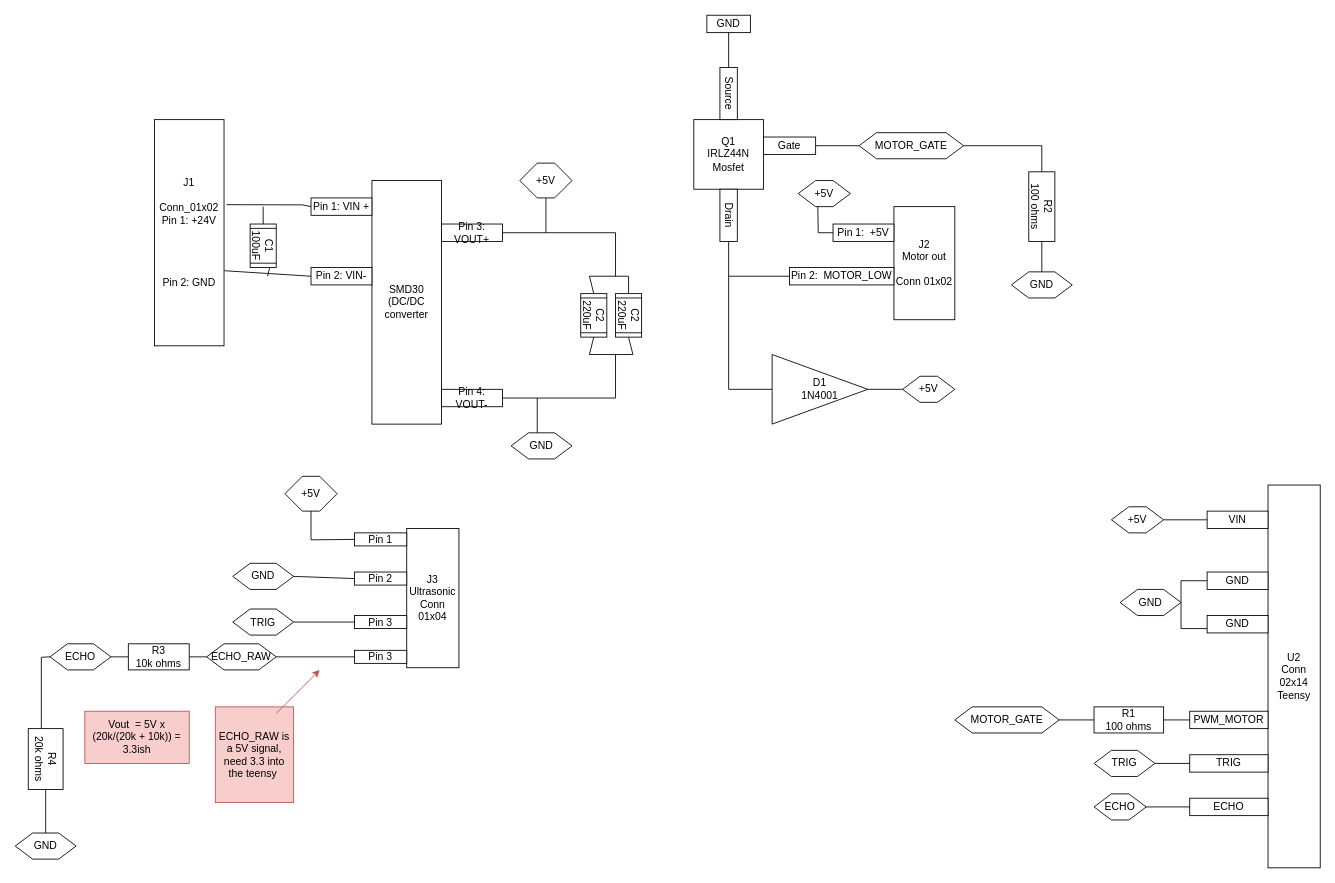
RafCosta10/TB-ELEC keeps this draw.io diagram as hardware/kicad/Tentative_Circuit.drawio. Above is the earlier version. Source tidied: cells renumbered, new cells numbered last; positions are measured from the earlier drawing's top-left corner, leaving out a move shared by most shapes. Both pictures are drawn from the tidied source at 87%, with x=0, y=0 at pixel (15, 15).
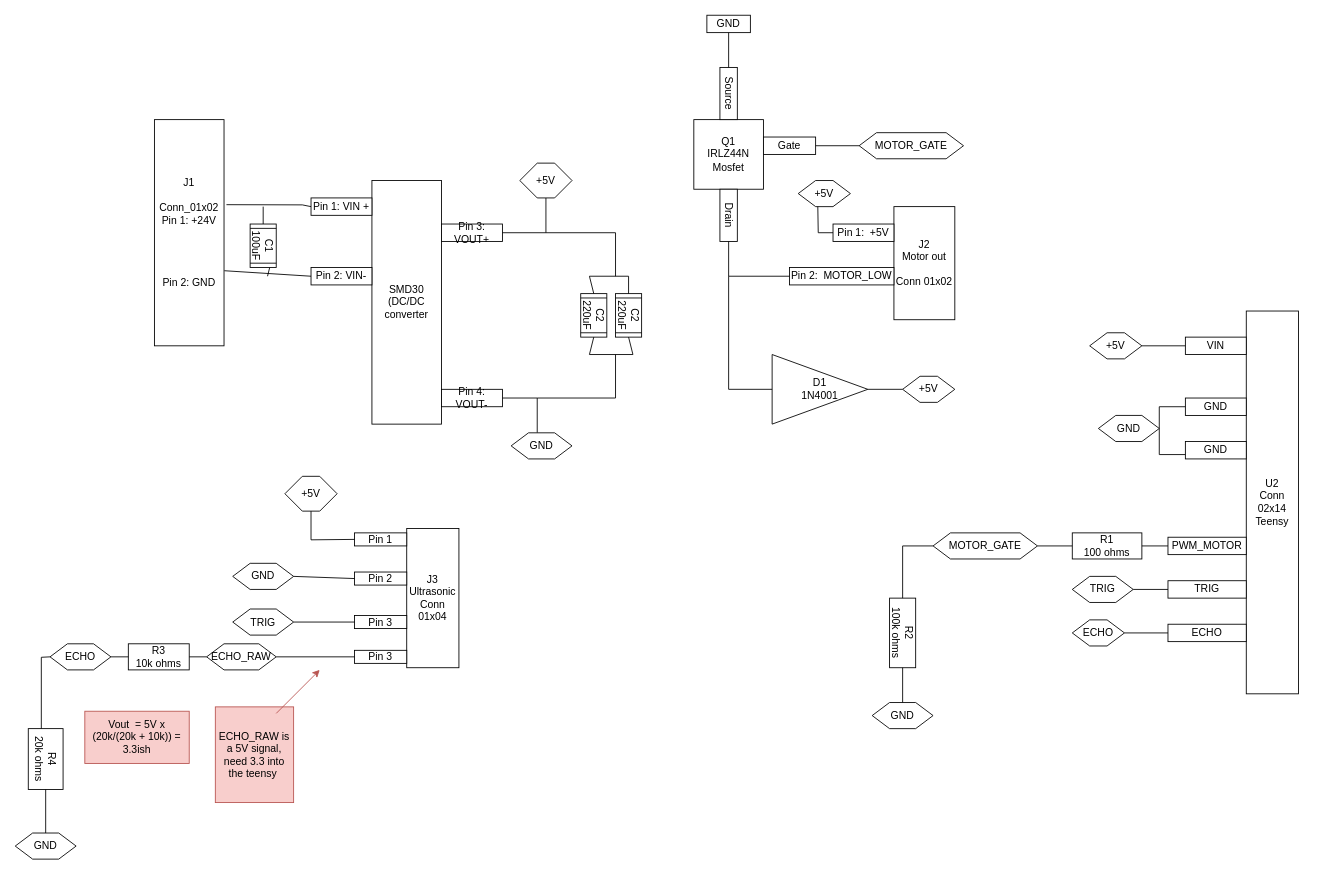
After the change.

Unchanged cells that the change refers to:
```xml
<mxCell id="35" value="MOTOR_GATE" style="shape=hexagon;perimeter=hexagonPerimeter2;whiteSpace=wrap;html=1;fixedSize=1;" parent="1" vertex="1">
  <mxGeometry x="970" y="135" width="120" height="30" as="geometry" />
</mxCell>
```

Change to the diagram source:
```diff
@@
     <mxCell id="40" value="&lt;div&gt;U2&lt;/div&gt;Conn 02x14&lt;div&gt;Teensy&lt;/div&gt;" style="rounded=0;whiteSpace=wrap;html=1;" parent="1" vertex="1">
-      <mxGeometry x="1440" y="540" width="60" height="440" as="geometry" />
+      <mxGeometry x="1415" y="340" width="60" height="440" as="geometry" />
     </mxCell>
     <mxCell id="41" value="VIN" style="rounded=0;whiteSpace=wrap;html=1;" parent="1" vertex="1">
-      <mxGeometry x="1370" y="570" width="70" height="20" as="geometry" />
+      <mxGeometry x="1345" y="370" width="70" height="20" as="geometry" />
     </mxCell>
     <mxCell id="42" value="GND" style="rounded=0;whiteSpace=wrap;html=1;" parent="1" vertex="1">
-      <mxGeometry x="1370" y="640" width="70" height="20" as="geometry" />
+      <mxGeometry x="1345" y="440" width="70" height="20" as="geometry" />
     </mxCell>
     <mxCell id="43" value="+5V" style="shape=hexagon;perimeter=hexagonPerimeter2;whiteSpace=wrap;html=1;fixedSize=1;" parent="1" vertex="1">
-      <mxGeometry x="1260" y="565" width="60" height="30" as="geometry" />
+      <mxGeometry x="1235" y="365" width="60" height="30" as="geometry" />
     </mxCell>
@@
     <mxCell id="45" value="GND" style="rounded=0;whiteSpace=wrap;html=1;" parent="1" vertex="1">
-      <mxGeometry x="1370" y="690" width="70" height="20" as="geometry" />
+      <mxGeometry x="1345" y="490" width="70" height="20" as="geometry" />
     </mxCell>
     <mxCell id="46" value="PWM_MOTOR" style="rounded=0;whiteSpace=wrap;html=1;" parent="1" vertex="1">
-      <mxGeometry x="1350" y="800" width="90" height="20" as="geometry" />
+      <mxGeometry x="1325" y="600" width="90" height="20" as="geometry" />
     </mxCell>
     <mxCell id="47" value="TRIG" style="rounded=0;whiteSpace=wrap;html=1;" parent="1" vertex="1">
-      <mxGeometry x="1350" y="850" width="90" height="20" as="geometry" />
+      <mxGeometry x="1325" y="650" width="90" height="20" as="geometry" />
     </mxCell>
     <mxCell id="48" value="ECHO" style="rounded=0;whiteSpace=wrap;html=1;" parent="1" vertex="1">
-      <mxGeometry x="1350" y="900" width="90" height="20" as="geometry" />
+      <mxGeometry x="1325" y="700" width="90" height="20" as="geometry" />
     </mxCell>
     <mxCell id="49" value="TRIG" style="shape=hexagon;perimeter=hexagonPerimeter2;whiteSpace=wrap;html=1;fixedSize=1;" parent="1" vertex="1">
-      <mxGeometry x="1240" y="845" width="70" height="30" as="geometry" />
+      <mxGeometry x="1215" y="645" width="70" height="30" as="geometry" />
     </mxCell>
     <mxCell id="50" value="ECHO" style="shape=hexagon;perimeter=hexagonPerimeter2;whiteSpace=wrap;html=1;fixedSize=1;" parent="1" vertex="1">
-      <mxGeometry x="1240" y="895" width="60" height="30" as="geometry" />
+      <mxGeometry x="1215" y="695" width="60" height="30" as="geometry" />
     </mxCell>
@@
     <mxCell id="53" style="endArrow=none;html=1;rounded=0;entryX=0;entryY=0.5;entryDx=0;entryDy=0;exitX=0;exitY=0.75;exitDx=0;exitDy=0;" parent="1" edge="1" source="45" target="42">
       <mxGeometry relative="1" as="geometry">
         <Array as="points">
-          <mxPoint x="1340" y="705" />
-          <mxPoint x="1340" y="650" />
+          <mxPoint x="1315" y="505" />
+          <mxPoint x="1315" y="450" />
         </Array>
       </mxGeometry>
     </mxCell>
@@
     <mxCell id="55" value="GND" style="shape=hexagon;perimeter=hexagonPerimeter2;whiteSpace=wrap;html=1;fixedSize=1;" parent="1" vertex="1">
-      <mxGeometry x="1270" y="660" width="70" height="30" as="geometry" />
+      <mxGeometry x="1245" y="460" width="70" height="30" as="geometry" />
     </mxCell>
     <mxCell id="56" value="MOTOR_GATE" style="shape=hexagon;perimeter=hexagonPerimeter2;whiteSpace=wrap;html=1;fixedSize=1;" parent="1" vertex="1">
-      <mxGeometry x="1080" y="795" width="120" height="30" as="geometry" />
+      <mxGeometry x="1055" y="595" width="120" height="30" as="geometry" />
     </mxCell>
     <mxCell id="57" value="R1&lt;div&gt;100 ohms&lt;/div&gt;" style="rounded=0;whiteSpace=wrap;html=1;" parent="1" vertex="1">
-      <mxGeometry x="1240" y="795" width="80" height="30" as="geometry" />
+      <mxGeometry x="1215" y="595" width="80" height="30" as="geometry" />
     </mxCell>
@@
-    <mxCell id="60" value="R2&lt;div&gt;100 ohms&lt;/div&gt;" style="rounded=0;whiteSpace=wrap;html=1;rotation=90;" parent="1" vertex="1">
-      <mxGeometry x="1140" y="205" width="80" height="30" as="geometry" />
+    <mxCell id="60" value="R2&lt;div&gt;100k ohms&lt;/div&gt;" style="rounded=0;whiteSpace=wrap;html=1;rotation=90;" parent="1" vertex="1">
+      <mxGeometry x="980" y="695" width="80" height="30" as="geometry" />
     </mxCell>
     <mxCell id="61" value="GND" style="shape=hexagon;perimeter=hexagonPerimeter2;whiteSpace=wrap;html=1;fixedSize=1;" parent="1" vertex="1">
-      <mxGeometry x="1145" y="295" width="70" height="30" as="geometry" />
+      <mxGeometry x="985" y="790" width="70" height="30" as="geometry" />
     </mxCell>
-    <mxCell id="62" style="endArrow=none;html=1;rounded=0;exitX=0.5;exitY=0;exitDx=0;exitDy=0;entryX=1;entryY=0.5;entryDx=0;entryDy=0;" parent="1" edge="1" source="61" target="60">
-      <mxGeometry relative="1" as="geometry" />
-    </mxCell>
-    <mxCell id="63" style="endArrow=none;html=1;rounded=0;entryX=1;entryY=0.5;entryDx=0;entryDy=0;exitX=0;exitY=0.5;exitDx=0;exitDy=0;" parent="1" edge="1" source="60" target="35">
-      <mxGeometry relative="1" as="geometry">
-        <Array as="points">
-          <mxPoint x="1180" y="150" />
-        </Array>
-      </mxGeometry>
-    </mxCell>
@@
+    <mxCell id="88" style="endArrow=none;html=1;rounded=0;entryX=0;entryY=0.5;entryDx=0;entryDy=0;exitX=0;exitY=0.5;exitDx=0;exitDy=0;" parent="1" edge="1" source="60" target="56">
+      <mxGeometry relative="1" as="geometry">
+        <Array as="points">
+          <mxPoint x="1020" y="610" />
+        </Array>
+      </mxGeometry>
+    </mxCell>
+    <mxCell id="62" style="endArrow=none;html=1;rounded=0;exitX=0.5;exitY=0;exitDx=0;exitDy=0;entryX=1;entryY=0.5;entryDx=0;entryDy=0;" parent="1" edge="1" source="61" target="60">
+      <mxGeometry relative="1" as="geometry" />
+    </mxCell>
```
